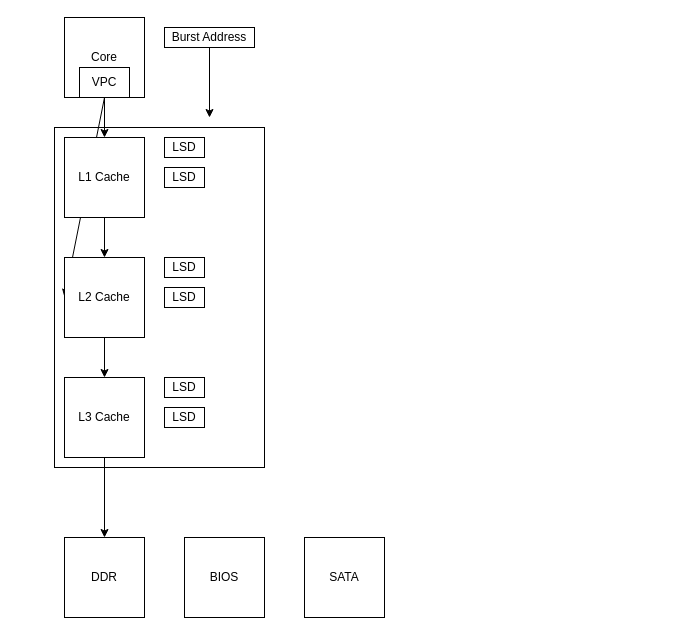
Before: cpu.drawio in Abonite/MACPU-FPGA, a draw.io diagram. Source tidied: cells renumbered, new cells numbered last; positions are measured from the earlier drawing's top-left corner, leaving out a move shared by most shapes. Both pictures are drawn from the tidied source at 100%, with x=0, y=0 at pixel (54, 17).
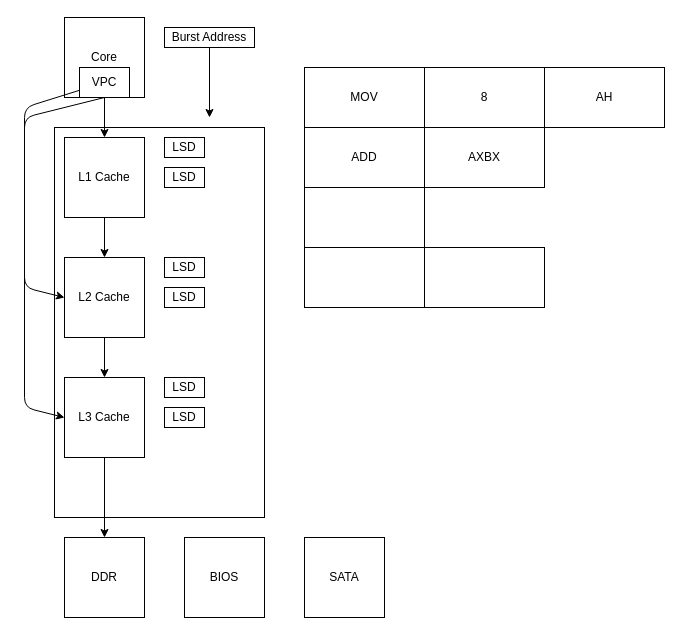
After the change.

Commit message (it also covers changes not shown here):
modified:   .gitignore 	modified:   cpu.drawio 	modified:   src/mcu/ddr_controller.v 	modified:   src/mcu/mcu_top.v

The change refers to these unchanged cells:
```xml
<mxCell id="6" value="VPC" style="rounded=0;whiteSpace=wrap;html=1;" parent="1" vertex="1">
  <mxGeometry x="25" y="50" width="50" height="30" as="geometry" />
</mxCell>
<mxCell id="10" value="L2 Cache" style="whiteSpace=wrap;html=1;" parent="1" vertex="1">
  <mxGeometry x="10" y="240" width="80" height="80" as="geometry" />
</mxCell>
<mxCell id="12" value="L3 Cache" style="whiteSpace=wrap;html=1;" parent="1" vertex="1">
  <mxGeometry x="10" y="360" width="80" height="80" as="geometry" />
</mxCell>
```

What changed in the source:
```diff
@@
     <mxCell id="2" style="rounded=0;whiteSpace=wrap;html=1;" parent="1" vertex="1">
-      <mxGeometry y="110" width="210" height="340" as="geometry" />
+      <mxGeometry y="110" width="210" height="390" as="geometry" />
     </mxCell>
@@
     <mxCell id="5" style="edgeStyle=none;html=1;exitX=0.5;exitY=1;exitDx=0;exitDy=0;entryX=0;entryY=0.5;entryDx=0;entryDy=0;" parent="1" edge="1" source="6" target="10">
-      <mxGeometry relative="1" as="geometry" />
+      <mxGeometry relative="1" as="geometry">
+        <Array as="points">
+          <mxPoint x="-30" y="100" />
+          <mxPoint x="-30" y="270" />
+        </Array>
+      </mxGeometry>
     </mxCell>
+    <mxCell id="24" style="edgeStyle=none;html=1;entryX=0;entryY=0.5;entryDx=0;entryDy=0;" parent="1" edge="1" source="6" target="12">
+      <mxGeometry relative="1" as="geometry">
+        <Array as="points">
+          <mxPoint x="-30" y="90" />
+          <mxPoint x="-30" y="390" />
+        </Array>
+      </mxGeometry>
+    </mxCell>
@@
+    <mxCell id="25" value="MOV" style="rounded=0;whiteSpace=wrap;html=1;" parent="1" vertex="1">
+      <mxGeometry x="250" y="50" width="120" height="60" as="geometry" />
+    </mxCell>
+    <mxCell id="26" value="8" style="rounded=0;whiteSpace=wrap;html=1;" parent="1" vertex="1">
+      <mxGeometry x="370" y="50" width="120" height="60" as="geometry" />
+    </mxCell>
+    <mxCell id="27" value="AH" style="rounded=0;whiteSpace=wrap;html=1;" parent="1" vertex="1">
+      <mxGeometry x="490" y="50" width="120" height="60" as="geometry" />
+    </mxCell>
+    <mxCell id="28" value="ADD" style="rounded=0;whiteSpace=wrap;html=1;" parent="1" vertex="1">
+      <mxGeometry x="250" y="110" width="120" height="60" as="geometry" />
+    </mxCell>
+    <mxCell id="29" value="AXBX" style="rounded=0;whiteSpace=wrap;html=1;" parent="1" vertex="1">
+      <mxGeometry x="370" y="110" width="120" height="60" as="geometry" />
+    </mxCell>
+    <mxCell id="30" style="rounded=0;whiteSpace=wrap;html=1;" parent="1" vertex="1">
+      <mxGeometry x="250" y="170" width="120" height="60" as="geometry" />
+    </mxCell>
+    <mxCell id="31" style="rounded=0;whiteSpace=wrap;html=1;" parent="1" vertex="1">
+      <mxGeometry x="250" y="230" width="120" height="60" as="geometry" />
+    </mxCell>
+    <mxCell id="32" style="rounded=0;whiteSpace=wrap;html=1;" parent="1" vertex="1">
+      <mxGeometry x="370" y="230" width="120" height="60" as="geometry" />
+    </mxCell>
```
